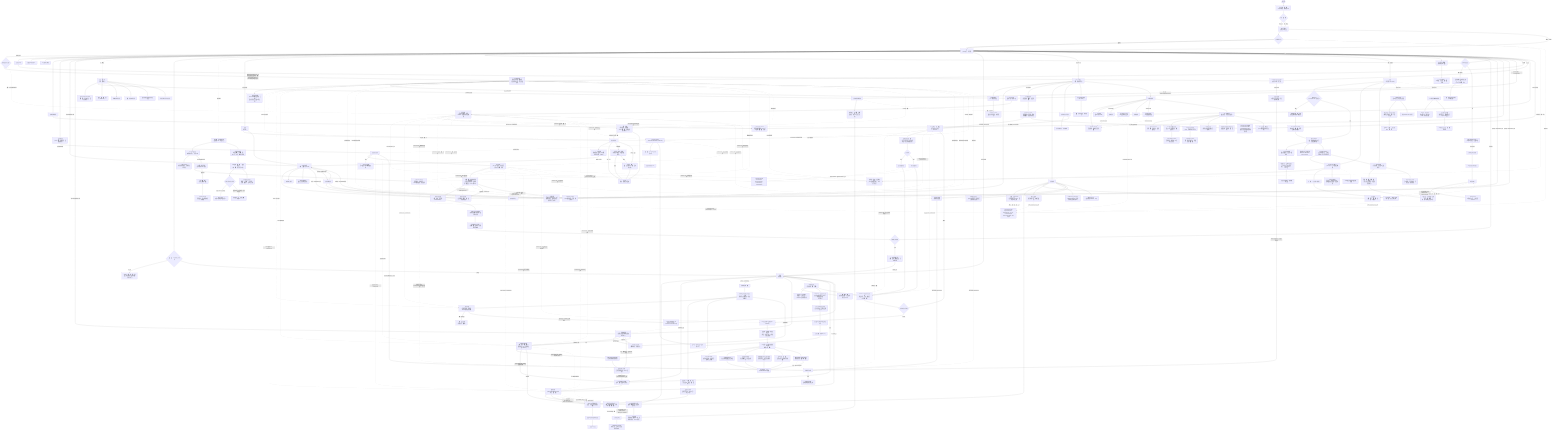
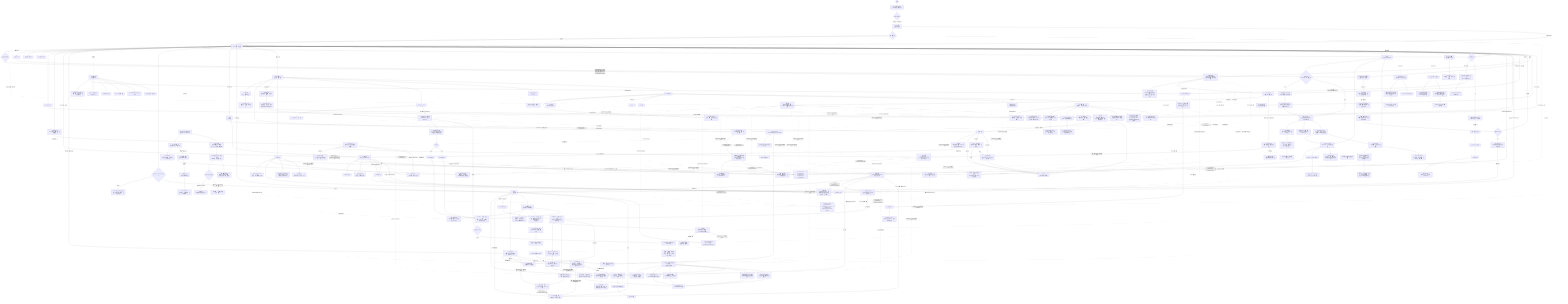
flowchart TD
    A([앱 실행]) --> LANG["기기 언어 자동 적용<br/>ko/ja/en 지원 · 미지원 시 en"]
    LANG --> B{최초 실행 여부}
    B -->|최초 실행| SPLASH["A1 스플래시<br/>브랜드 1회 노출"]
    SPLASH --> TOKEN{유효 계정 토큰?}
    TOKEN -->|없음| D["홈<br/>(Guest 모드 · 하단 탭)"]
    TOKEN -->|있음| D
    TOKEN -.->|계정·권한·구독 복원| SESSION["SESSION STATE<br/>accountLinked · permissionReady · locationReady · premiumActive"]
    TOKEN -.->|설정 복원| SETTINGS["SETTINGS STATE<br/>styleProfileSaved · selectedStyles · fit · age · locationManaged<br/>smartCareEnabled · alert toggles"]
    SPLASH -->|프리뷰 홈 이동| D
    D --> AUTHGATE{계정 필요 기능 탭?}
    AUTHGATE -->|계정 연결·코디 저장·옷장 저장·장소 저장·알림 추가·여행 저장·프리미엄·Weather Note 작성·날씨 제보 저장| AUTH2["A2 계정 연결<br/>계정 환경 기반 자동추천<br/>국가 선택 미노출 · 다른 방법 보기"]
    AUTH2 --> AUTH2s["계정 연결 상태<br/>(Route State에 호출 액션 유지<br/>검증용 정보는 실제 UI 비노출)"]
    AUTH2 -->|로그인 수단 선택| AUTH3["A3 약관 동의<br/>(필수 3종 + 선택 1종)"]
    AUTH2 -->|나중에| D
    AUTH3 --> AUTH3s["약관 상태<br/>(필수 완료/대기 · 선택 ON/OFF · 원래 액션 복귀 예정)"]
-     AUTH3 -->|동의하고 계속 · accountLinked| D
+     AUTH3 -->|동의하고 계속 · 권한 미완료| C1["O3 앱 준비 권한<br/>(계정 직후 위치+알림 통합 요청)"]
+     AUTH3 -->|동의하고 계속 · 권한 완료| D
    AUTH3s -.->|accountLinked 유지| SESSION
    AUTH3s -.->|실제 구현 원래 액션 복귀| AUTHGATE
    AUTH3s -.->|pendingAction=프리미엄 진입| SUB
    AUTH3s -.->|returnTo=P1 · resumeSave| P1s
    D -->|선택 온보딩| C[온보딩 시작]
    C --> CSTART["O1 선택 온보딩 스플래시<br/>(온보딩 시작 / 홈으로)"]
    CSTART -->|온보딩 시작| C0["온보딩 소개<br/>(4대 기능 한눈 비교 + 기능별 상세 안내)"]
    CSTART -->|홈으로| D
-     C0 -->|추천 기준 설정·기능 소개 건너뛰기| C1[위치 권한 요청]
-     C1 -->|허용·나중에 설정 모두 진행| C2[알림 권한 요청]
-     C1 -->|거부| C1d["위치 거부 상태<br/>검색 위치·앱 내 안내 유지"]
-     C2 --> C2s["권한 상태<br/>(0/2~2/2 · 거부 · 허용 권한은 필요한 알림에 반영)"]
-     C2 -->|거부| C2d["알림 거부 상태<br/>푸시 제한 · M3/Z4에서 재요청"]
+     C0 -->|알림 기준 보기| C4
+     C1 -->|위치·알림 허용 또는 나중에 설정| C2s["권한 상태<br/>(locationReady · permissionReady · 수동 위치/푸시 대기)"]
+     C2["O3 권한 복구<br/>(설정 진입 시 필요한 권한만 재요청)"]
+     C2 -->|허용 또는 나중에 설정| C2s
+     C1 -->|위치 거부| C1d["위치 거부 상태<br/>검색 위치·앱 내 안내 유지"]
+     C2 -->|알림 거부| C2d["알림 거부 상태<br/>푸시 제한 · M2/M3에서 재요청"]
    C2s -.->|locationReady · permissionReady 유지| SESSION
-     C2s --> C3["스타일 태그·코디 핏·추천 연령대 선택<br/>(스타일 복수 선택 + 남성/여성/상관없음 + 10-20대~50+)"]
+     C2s -.->|계정 직후 권한 준비 완료| AUTH3s
+     C3["스타일 태그·코디 핏·추천 연령대 선택<br/>(MVP 온보딩 제외 · MY 설정 진입 전용)"]
    C3 --> C3s["추천 기준 상태<br/>(태그 수 · 핏 · 연령대 · READY/WAIT)"]
    C3s -.->|styleProfileSaved · selectedStyles · fit · age| SETTINGS
-     C3s --> C4["스마트 알림 기준 설정<br/>(주 사용 상황 1개 선택 + 자동 적용 요약)"]
+     C4["O5 스마트 알림 기준 설정<br/>(주 사용 상황 1개 선택 + 자동 적용 요약)"]
    C4 --> C4s["알아서 챙기기 상태<br/>(상황 · 필수 날씨 ON · 목적지 확장 예정)"]
    C4s --> C5{목적지 등록 선택}
    C5 -->|건너뛰기| D
    C5 -->|등록| C6["O6 목적지 등록<br/>(선택 설정 + 목적지 알림 기준 세분화)"]
    C6 -->|목적지 등록| I
    B -->|기존 사용자| SPLASH

    D --> D1[현재 날씨 정보 표시]
    D --> D2["시간별 / 주간 예보"]
    D --> D3[위치 검색 · 변경]
    D3 --> D3s["LOCATION STATE<br/>선택 위치 · 검색어 · Guest 임시 검색 · 계정 저장 상태"]
    D3s -.->|새 위치 저장| AUTH2
    AUTH3s -.->|returnTo=H2 · 위치 저장 완료| D3s
    D3s --> D
    D --> D0s["홈 상태 요약<br/>(Guest 열람 · 위치 정상 · 알림 설정 전)"]
    D0s -->|알림 설정 전 탭| C2
    D -->|홈 코디 추천 카드 탭| E1
    D -->|홈 AI 장소 추천 카드 탭| P3
    D -.->|벨 아이콘| K["알림 사이드바<br/>(우측 슬라이드)"]
    K --> Ks["NOTIFICATION STATE<br/>선택 알림 · 읽음/미읽음 · 딥링크 대상"]
    K -->|우산 추천 알림 탭| F

    D --> D4{강수 확률 높음?}
    D4 -->|예 + 미확인| D5["홈 화면에 우산 추천 카드 표시<br/>(실시간 의사결정 카드)"]
    D5 --> D5a["우산 추천 푸시/알림 이력<br/>(H3에 보관)"]
    D5 -->|카드 탭 · umbrellaSignalReviewed| F[우산 추천 상세 화면]
    F --> F1["추천 이유 · 시간대별 강수확률<br/>(강수량 · 지속시간 · 풍속 기준)"]
    F1 --> F2[우산 종류 비교]
    F2 --> Fs["UMBRELLA STATE<br/>추천 우산 · 강수 시간 · 알림 설정 전/준비"]
    F2 -.->|알림 설정 바로가기<br/>returnTo=H4 · alertFocus=umbrella| M2b
    M2b -.->|뒤로 · 알림 준비 반영| F2
    F -.->|열람 후 홈 복귀| D5b["홈 우산 카드는 숨김<br/>H3 알림 이력은 유지"]
    D5b --> D
    D4 -->|아니오| D

    D4 -->|예| D4a["강수 임박 필수 알림 발송<br/>(시작 시각 · 강도 · 그칠 시각)"]
    D4a -->|푸시알림 탭| D4b[강수 타임라인 화면]
    D4b --> D4c["30분 단위 강수량 차트"]
    D4c --> D4d[외출 가이드]
    D4d --> D4s["RAIN STATE<br/>시작/종료 시각 · 그침 알림 ON/OFF"]
    D4d -.->|알림 설정 바로가기<br/>returnTo=H5 · alertFocus=rain| M2c
    M2c -.->|뒤로 · 그침 알림 준비 반영| D4d

    D --> D6{알림 발송 시 목적지 등록 여부}
    D6 -->|미등록| D6a["Mode A: 생활 루틴 통합 알림<br/>(출근/외출 준비 + 자기 전 체크 자동 발송)"]
    D6 -->|등록함| I

    K --> K1["오늘의 외출 준비 알림<br/>(Mode A/B)"]
    K --> K2[비 예보 사전 알림]
    K --> K3["출발 · 신발 추천 알림"]
    K --> K4["자기 전 내일 날씨·코디 확인 알림"]
    K --> K5["폭염·한파·강풍 특보 알림"]

    D -.->|제보 버튼| CWR["커뮤니티 날씨 제보 CWR<br/>(홈 화면 · v2.0 · 독립 기능)"]
    CWR --> W1["W1 날씨 제보 홈<br/>(주변 제보 카드 · 보조 CTA)"]
    W1 --> W1s["CWR STATE<br/>미확정 주변 제보 · 상세 확인 · W2 진입"]
    W1 -->|지금 날씨 제보하기| W2["W2 탭 제보 화면<br/>(날씨 선택 · GPS 자동)"]
    W2 --> W2s["REPORT STATE<br/>선택 대기 · 위치 권한 · Guest/계정 제보 · 완료 처리"]
-     W2s -.->|위치 권한 필요 · pendingAction=날씨 제보 저장| C1
+     W2s -.->|위치 권한 필요 · pendingAction=날씨 제보 저장| C2
    W2s -.->|배지/이력 저장| AUTH2
    C2s -.->|returnTo=W2 · GPS 제보 준비| W2s
    AUTH3s -.->|returnTo=W2 · 배지/이력 반영| W2s
    W2 -->|제보하기| W3["W3 제보 완료<br/>(신뢰도 · 배지 갱신)"]
    W3 --> W3s["BADGE STATE<br/>확정 제보 · 홈 오버레이 · 기여 레벨"]
    M --> W4["W4 제보 이력<br/>(MY · 반영 리포트)"]
    W4 --> W4s["HISTORY STATE<br/>제보 기록 · 확정률 · 지역 랭킹"]
    CWR --> CWR1["현재 날씨 선택<br/>☀ 맑음 · ⛅ 흐림 · 🌧 비 · 🌨 눈 · 💨 강풍 · 🌩 천둥번개"]
    CWR1 --> CWR2["GPS 위치 자동 감지 → 제보 완료<br/>(3초 이내 · 자동 만료 60분)"]
    CWR2 --> CWR3{신뢰도 검증 알고리즘}
    CWR3 -->|반경 500m · 3건 미만| CWR4["소프트 표시<br/>'주변 N명이 날씨 제보 중 👀'"]
    CWR3 -->|반경 500m · 3건 이상 + 기상청 정합| CWR5["확정 제보 → 홈 화면 오버레이 표시"]
    CWR2 --> CWR6["기여 배지 업데이트<br/>(새싹 → 관측자 → 리포터 → 동네 관측왕 → 날씨 도우미)"]

    D -->|하단 코디 탭| E["코디<br/>(하단 탭)"]
    E -->|내 옷장 관리 탭| E0[내 옷장 관리]
    E0 --> E0s["옷장 상태<br/>(아이템 수 · 필터 · Guest/계정 저장 상태 · 옷 추가)"]
    E0s -->|추천으로 복귀| E1
    E0 -->|+ 옷 등록| E0a["옷 등록<br/>(사진 · 카테고리 필수)"]
    E0 -.->|Guest 옷 추가·수정| AUTH2
    E0a --> E0a1["등록 상태<br/>(사진 선택 · 카테고리 · Guest/계정 저장 상태 · 저장 가능/대기)"]
    E0a1 -.->|Guest 옷 저장| AUTH2
    AUTH3s -.->|returnTo=C3 · 옷 저장 완료| E0a1
    E0a1 -->|저장 완료 후 옷장 복귀| E0
    E0 -->|아이템 탭| E0b["옷 목록 · 수정 · 삭제<br/>(수정은 C3 패턴 · 삭제 후 재계산)"]
    E0b -->|수정| E0a
    E0b -->|삭제| E0c
    E0 -->|등록 옷 없음| E0c["옷장 빈 상태<br/>(첫 옷 등록 CTA + 기본 룰 추천 안내)"]
    E0c --> E0a
    E --> E1["AI 코디 추천<br/>(날씨 근거형 Style Card)"]
    E1 --> E1s["추천 기준 상태<br/>(옷장 매칭 · 스타일 기준 · 저장 계정 필요)"]
    E1s -->|기준 수정 · returnTo=C1| C3
    C3 -.->|returnTo=C1 · styleProfileSaved| E1s
    E1s -.->|저장 계정 필요| AUTH2
    AUTH3s -.->|returnTo=C1 · 코디 저장 완료| E1s
    E1 --> E1a[추천 이유 설명]
    E1 --> E1b["대화형 재추천<br/>(채팅으로 스타일 요청)"]
    E1 -->|셔플 · outfitVariant 토글| E1s
    E1s -->|홈 복귀 · outfitVariant 유지| D
    E1 -->|코디 카드·상세 보기 탭| E2[코디 상세 보기]
    E2 -->|뒤로| E1
    E2 --> E2s["상세 상태<br/>(실제 의류 Outfit Hero · 시간대 착용 판단 · 재추천 반영 · 저장 전 · 공유 준비)"]
    E2s -->|C1 복귀 · outfitVariant 전달| E1
    E2s -->|홈 복귀 · outfitVariant 유지| D
    E2s -.->|저장 계정 필요| AUTH2
    E2 --> E3[코디 저장 / 공유]
    E3 -.->|계정 미연결 시 저장 탭| AUTH2
    AUTH3s -.->|returnTo=C4 · 코디 저장 완료| E2s

    D -->|하단 출발 탭| I["출발<br/>(하단 탭)"]
    I --> I0["오늘 알아서 챙기는 중<br/>(저장 목적지 요약 + 출발/신발/우산)"]
    I0 --> I0s["출발 상태<br/>(목적지 수 · 케어 ON 수 · 케어 적용 범위 · G2/P1 연결)"]
    I -->|목적지 카드 탭| G2["G2 목적지 알림 상세<br/>(날씨 비교 + 출발시간 역산)"]
    G2 -->|뒤로| I
    G2 --> G2s["케어 상태<br/>(GUEST/PERM/READY/ON + 다음 알림 요약)"]
    G2s -->|G1 목록으로| I
    G2s -->|알림 설정<br/>returnTo=G2 · alertFocus=destination| M2b
    G2s -.->|Guest 케어 ON · returnTo=G2| AUTH2
    G2s -.->|알림 권한 확인 · returnTo=G2| C2
    AUTH3s -.->|returnTo=G2 · destination 유지| G2s
    C2s -.->|returnTo=G2 · resumeCare| G2s
    M2b -.->|뒤로 · 목적지 컨텍스트 유지| G2s
    G2s -->|ON 저장| I4
    G2s -.->|공유 케어 상태 반영| I0
    I -->|검색창·+ 목적지 추가| I1[목적지 검색 · 추가]
    I1 --> P1["목적지 입력 · 카테고리 자동 인식<br/>(회사/학교/공항/숙소 + 장소 카테고리)"]
    P1 --> P1s["추가 상태<br/>(검색 결과 수 · 선택됨 · Guest/계정 저장 상태)"]
    P1s -->|검색 결과 없음| P1e["검색 없음 상태<br/>(전체 보기 · 재검색)"]
    P1s -.->|Guest 영구 저장| AUTH2
    P1s -->|계정 연결 후 목적지 알림에 추가| P1save["Saved Destination List<br/>(G1/P3 공통 목록 + Destination Care State ON)"]
    P1save --> I
    P1save -.-> P3
    P1 --> I2["출발지 vs 목적지 날씨 비교<br/>(기온 · 날씨 · 바람 · 강수 차이)"]
    I2 --> I3["출발시간 역산<br/>(도착 희망시각 − 소요시간 − 여유시간)"]
    I3 --> I4["Mode B: 목적지 알림<br/>(출발 · 신발 · 우산 알림 자동 조정)"]
    I4 --> I5["출발 10분 전 신발 추천 알림"]
    I5 --> I6[출발 시각 알림]
    P1 --> P2["카테고리 전용 준비 가이드<br/>(등록 목적지 기반 확장)"]
    P2 --> P2s["준비 가이드 상태<br/>(등록 목적지 기준 · G2/P3 연결)"]
    P2s -->|목적지 알림 보기 · selectedDestination 유지| G2
    P2s -->|다른 목적지 보기 · 필터 목록 복귀| P3
    I --> P3["목적지 필터<br/>(카테고리별 목적지 알림/준비 가이드)"]
    P3 -->|필터 결과 없음| P3e["빈 카테고리 상태<br/>(목적지 추가 · 전체 보기)"]
    P3e -->|목적지 추가| P1
    P3e -->|전체 보기| P3
    P3 -->|목적지 카드 탭| P3a["목적지 상세 상태<br/>(날씨 비교 + 준비 가이드 + 계정/권한 gate + 목적지 알림 ON/OFF)"]
    P3a -->|선택 목적지·상태 유지해 준비 가이드 보기| P2
    P3a -->|선택 목적지·상태 유지해 출발 케어 상세| G2
    P3a -.->|Guest 케어 저장| AUTH2
    P3a -.->|알림 권한 확인| C2
    AUTH3s -.->|returnTo=P3 · 선택 목적지 유지| P3a
    C2s -.->|returnTo=P3 · 권한 상태 반영| P3a
    P3a -->|뒤로| P3
    P3a -->|ON 저장| I4
    P3a -.->|공유 케어 상태 반영| I0

    I --> I7["G3 여행 일정<br/>(출발 탭 내 · 여행 플래너)"]
    I7 --> I7s["여행 플래너 상태<br/>(프리미엄 활성 · 공유 준비 · 미구독 시 G6)"]
    I7s -.->|미구독 CTA · returnTo=G3| SUB
    SUB -.->|returnTo=G3 · 공유/일정 액션 계속| I7s
    I7 --> I7s1["Scenario 1 · 일상 이동<br/>대중교통 + 도보 혼합 → Mode A/B 알아서 챙기기"]
    I7 --> I7s2["Scenario 2 · 당일·단기 도보<br/>코스 날씨 타임라인 + WCI + 최적 출발 시점<br/>(무료 제공)"]
    I7 --> I7s3["Scenario 3 · 장거리 국토종주<br/>서울→부산, 도쿄→오사카 등<br/>(프리미엄 전용)"]

    I7s2 --> G4C["G4 도보여행 코스 선택<br/>(한국 코스 DB : 올레길·둘레길 등)"]
    G4C --> G4T["구간별 시간대 날씨 타임라인 (F2)"]
    G4T --> G4W["도보 컨디션 지수 WCI (F3)"]
    G4W --> G4O["날씨 창 + 최적 출발 시점 추천 (F4)"]
    G4O --> G4S["COURSE STATE<br/>(GUEST/PERM/READY/LIMIT/ON)"]
    G4S -.->|Guest 코스 저장| AUTH2
    G4S -.->|알림 권한 확인| C2
    G4S -.->|무료 2개 초과| SUB
    AUTH3s -.->|returnTo=G4 · 선택 코스 유지| G4S
    C2s -.->|returnTo=G4 · 권한 상태 반영| G4S
    SUB -.->|returnTo=G4 · 프리미엄 활성| G4S
    G4S --> G4M["코스 저장 + D-7 날씨 모니터링 (F5)"]
    G4M -.-> G4R["위험 기상 경보 (F6)"]

    I7s3 --> AI_GATE{프리미엄 구독 여부}
    AI_GATE -->|미구독| SUB["G6 프리미엄 구독 페이월<br/>월간 ₩2,900 / 연간 ₩19,900"]
    SUB --> SUB1["깊이 분리 모델 안내<br/>(기능 동일 · 무료=기본 · 프리미엄=한도 확대+개인화)"]
    SUB1 --> SUB2{구독 선택}
    SUB2 -->|월간| SUB3[월간 결제 완료]
    SUB2 -->|연간| SUB4[연간 결제 완료]
    SUB3 -.->|premiumActive 유지| SESSION
    SUB4 -.->|premiumActive 유지| SESSION
    SUB3 --> I7s3
    SUB4 --> I7s3

    AI_GATE -->|구독 중| AI1["G5 국토종주 AI 플래너 (F8 · Premium)"]
    AI1 --> AI2["출발지 → 목적지 + 여행 일수 입력<br/>(서울→부산, 도쿄→오사카 등 자유 설정)"]
    AI2 --> AI3["AI 모델 — 구간별·일자별 날씨 분석<br/>(최대 14일 예보)"]
    AI3 --> AI3s["AI PLAN STATE<br/>(프리미엄 활성 · 알림 권한 · 저장/공유 상태)"]
    AI3 --> AI4["날짜별 날씨 요약<br/>기온·강수확률·체감온도·바람"]
    AI3 --> AI5["일자별 코디 추천<br/>기온 레이어링 + 우산 필요 여부"]
    AI3 --> AI6["전체 짐 체크리스트 자동 생성<br/>방수 장비·옷 조합·보조 배터리 등"]
    AI3 --> AI7["날씨 악화 구간 경보<br/>일정 조정 또는 대피 숙박지 제안"]
    AI3 --> AI8["예보 업데이트 시 재분석 알림<br/>(여정 중 기상 변화 즉시 반영)"]
-     AI8 -.->|권한 전 · returnTo=G5| C1
+     AI8 -.->|권한 전 · returnTo=G5| C2
    C2s -.->|returnTo=G5 · AI 플랜 알림/저장 계속| AI1
    AI4 & AI5 & AI6 & AI7 & AI8 --> AI9["AI 플랜 저장 · 공유<br/>(SAVED/SHARED 상태)"]

    D -->|하단 MY 탭| M["M1 MY 메인<br/>(하단 탭 · 설정 허브)"]
    D -->|하단 소셜 탭| S["소셜<br/>(하단 탭 · ON Square)"]
    M --> M0["PROFILE STATE<br/>Guest/계정 연결 · 플랜 · 최근 선택"]
    M0 -.->|Guest 계정 필요 액션| AUTH2
    M0 -->|스타일 태그 설정 · returnTo=M1| C3
    C3 -.->|returnTo=M1 · styleProfileSaved| M0
    M -->|프로필 편집| A4m["A4 계정 관리<br/>(연결 계정 · 데이터 · 위험 액션)"]
    A4m --> A4s["ACCOUNT STATE<br/>연결 계정 · 구독 활성 · 데이터 내보내기 · 위험 액션 확인"]
    A4s -->|구독 관리 · returnTo=A4| SUB
    A4s -->|로그아웃/탈퇴 확정| SIGNOUT["SESSION STATE 해제<br/>accountLinked=false · premiumActive=false<br/>계정 기반 저장/케어 데이터 초기화"]
    SIGNOUT -->|Guest 홈 복귀| D
    M --> M2[알림 설정]
-     M2 --> M2a["스마트 알림 ON/OFF<br/>(알아서 챙기기 · OFF 시 필수 날씨만 유지)"]
-     M2 --> M2b["적용 중인 알림 요약<br/>(필수 날씨 · 생활 루틴 · 목적지/여행 상태 반영)"]
-     M2 --> M2c["고급 설정<br/>(세부 토글은 접힘 상태 · 완료 시 접기)"]
-     M2 --> M2d["피로도 제어<br/>(하루 최대 3건 · 수면시간 제한)"]
-     M2a & M2c & M2d -.->|스마트 알림/고급 토글 유지| SETTINGS
+     M2 --> M2a["스마트 알림 ON/OFF<br/>(권한 · 발송 상태 태그 2개)"]
+     M2 --> M2q["빠른 액션<br/>(권한 관리 · 테스트 알림)"]
+     M2 --> M2b["알림 종류 3행<br/>(필수 날씨 · 생활 루틴 · 목적지 출발)"]
+     M2 --> M2c["고급 설정<br/>(세부 토글 · 피로도 제한 접힘)"]
+     M2a & M2b & M2c -.->|스마트 알림/고급 토글 유지| SETTINGS
    M2 --> M2x["SHORTCUT CONTEXT<br/>(H4/H5/G2 진입 시 우산·비·목적지 알림 맥락 표시)"]
-     M2 --> M2p["알림 권한 상태<br/>(정상/확인 필요)"]
-     M2p -->|권한 관리 · returnTo=M2| C1
-     C2s -.->|returnTo=M2 · 알림 설정 복귀| M2p
-     M2 --> M2g["목적지 알림 조건<br/>(Guest 조회 가능 · 저장/발송은 계정+권한 필요)"]
-     M2g -.->|계정 연결| AUTH2
-     M2g -.->|권한 관리 · returnTo=M2| C1
-     AUTH3s -.->|returnTo=M2 · 알림 설정 복귀| M2g
+     M2q -->|권한 관리 · returnTo=M2| C2
+     C2s -.->|returnTo=M2 · 알림 설정 복귀| M2q
+     M2b -->|목적지 미등록| P1
+     M2b -.->|목적지 저장/발송은 계정 필요| AUTH2
+     AUTH3s -.->|returnTo=M2 · 알림 설정 복귀| M2b
    M --> M4["프리미엄 구독 관리"]
    M4 --> M4a["구독 상태 확인 · 갱신 · 해지"]
    M4 -->|업그레이드 · returnTo=M1| SUB
    SUB -.->|returnTo=M1/A4 · premiumActive| M0
    M2 --> M2e["제보 알림 구독<br/>(저장 장소 · Premium · v2.0)"]
    M --> M5["커뮤니티 제보 이력<br/>(F6 · v2.1)"]
    M5 --> M5a["제보 기록 · 확정률 · 지역 랭킹"]
    M --> Z["M3 전역 설정"]
    Z --> Zs["GLOBAL STATE<br/>단위 · 테마 · 위치/권한 관리 연결"]
    Z --> Z1["단위 설정<br/>(섭씨, kg/g, m/km)"]
    Z -->|returnTo=M3| Z2[위치 관리]
    Z2 -.->|locationManaged| Zs
    Z2 -.->|locationManaged 유지| SETTINGS
    Z --> Z3[테마 설정]
    Z -->|returnTo=M3| Z4["알림 권한 관리<br/>(시스템 설정 연동)"]
    Z4 -.->|permissionReady| Zs
    Z --> R1["R1 정책 허브<br/>(개인정보 · 약관 · 광고 설정)"]
    R1 --> R1s["POLICY STATE<br/>선택 정책 · 문서 허브 · 설정 재진입"]
    R1 --> R2["R2 개인정보처리방침<br/>(광고 SDK · 위치정보 · 이용자 권리)"]
    R2 --> R2s["DOCUMENT STATE<br/>문서 타입 · 섹션 수 · A3 약관 동일 본문"]
    R1 --> R3["R3 광고 동의 관리<br/>(UMP · 맞춤/비개인화 광고)"]
    R3 --> R3s["CONSENT STATE<br/>동의 대기 · 맞춤 광고 · 비개인화 · 옵션 확인"]
    R1 --> R5["R5 이용약관<br/>(서비스 범위 · 회원/게스트 · 면책)"]
    R1 --> R6["R6 위치기반서비스 이용약관<br/>(현재 위치 · 목적지 · 동의 철회)"]
    R1 --> R7["R7 오픈소스 라이선스<br/>(SDK · 패키지 라이선스 고지)"]
    D --> R4["R4 홈 광고 배치<br/>(네이티브 AD 슬롯)"]
    R4 --> R4s["AD STATE<br/>AD 라벨 · 구분선 · 클릭/노출 상태"]

    %% ── 소셜 탭 · ON Square ──────────────────────────────────────────────────
    S --> S0{최초 진입?<br/>ON Square Lite · 런칭 동시}
    S0 -->|최초| S0a["대표 마스코트 자동 부여<br/>원소 컴패니언 6종 미리보기"]
    S0a --> S0s["ON SQUARE STATE<br/>최초 진입 · 대표 부여 · 선택 컴패니언 미리보기"]
    S0s --> S1
    S0 -->|기존| S1["내 ON Square<br/>(오늘 미션 · 대표 마스코트 · 동행 컴패니언)"]
    S1 --> S1q["오늘의 날씨 미션<br/>체크인 · 제보 · 공감 중 1개 추천"]
    S1 --> S1m["대표 마스코트 상태 합성<br/>Base Idle + Weather + Event One-shot"]
    S1q --> S1a["1탭 체크인 → 컴패니언 반응 · XP/포인트 즉시 반영<br/>(폭우 → Rain / 35°C↑ → Solar 등)"]
    S1 --> S1s["SQUARE STATE<br/>오늘 미션 · 체크인 · 동네 도움 지표 · Note/리액션 진입"]
    S1a --> S1b["희귀 기상 이벤트 → 레어 배지 드랍"]

    S --> S2["Weather Note 지도<br/>(ON Square 도시 맵 위 실황 핀)"]
    S1s --> S2
    S2 --> S2a["핀 작성 — 날씨 + 로컬 메모 입력<br/>(GPS 위치 자동 태그 · 24시간 후 만료)"]
    S2a -.->|Guest 작성 탭| AUTH2
-     S2a -.->|위치 권한 필요| C1
+     S2a -.->|위치 권한 필요| C2
    AUTH3s -.->|returnTo=S2 · 작성 준비 완료| S2a
    C2s -.->|returnTo=S2 · 위치 제보 준비| S2a
    S2 --> S2b["핀 읽기 → '도움됨' 1탭 반응"]
    S2 --> S2s["NOTE STATE<br/>읽기 가능 · 작성 계정 필요 · 위치 제보 권한 필요 · 도움 지수"]
    S2b --> S2c["도움됨 누적 → 지역 도움 지수 상승 · 포인트 피드백"]
    S2 -.-> S2d["CWR(커뮤니티 날씨 제보)와 연계"]

    S --> S3["날씨 리액션<br/>(익명 연대 · 동일 날씨 유저 대상)"]
    S1s --> S3
    S3 --> S3a["현재 날씨 기반 리액션 자동 생성<br/>(폭우 '다들 고생중' / 폭염 '더위 연대' 등)"]
    S3a --> S3b["1탭 공감 → 익명 집계 + 컴패니언 보상 피드백<br/>'이 도시 N명이 같은 날씨 중'"]
    S3 --> S3s["REACTION STATE<br/>도시 선택 · 공감 전/완료 · 익명 동행 · 보상 반영"]

    S -.->|출시 후 v1.1| S4["Weather Mail<br/>(날씨 조건 트리거 타임캡슐)"]
    S4 --> S4a["메일 작성 + 수신 조건 설정<br/>(예: '다음 폭설 날 도착' / '1년 후 오늘')"]
    S4a --> S4b["날씨 API 트리거 → 조건 충족 시 자동 발송"]
    S4 --> S4c["받은 Weather Mail 보관함"]

    S -.->|출시 후 v1.1| S5["CP 적립 현황 / 아이템샵"]
    S5 --> S5a["CP 잔액 · 적립 내역<br/>(날씨 체크인 · Weather Note · 리액션 기여)"]
    S5 --> S5b["코스메틱 아이템샵<br/>(캐릭터 스킨 · 배지 · 이모트 · Pay-to-Win 없음)"]
    S5b --> S5c["CP 사용 또는 무료 획득 아이템 선택"]
